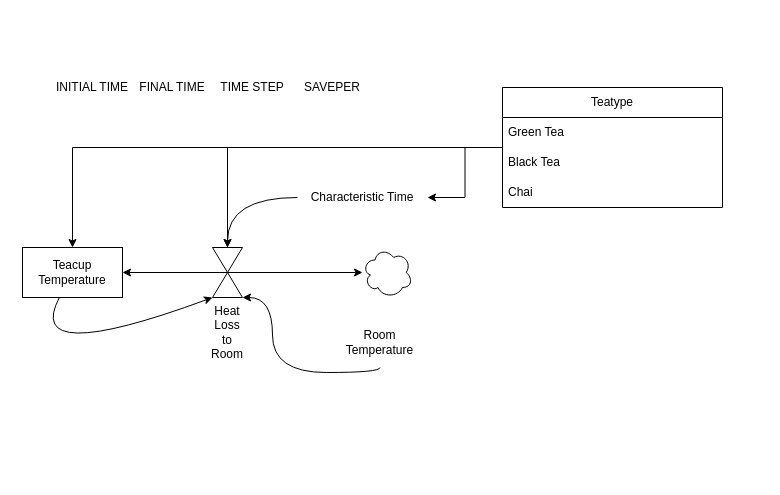
Earlier version of the draw.io diagram examples/teacup.drawio (ScienceGamez/drawio_pysd). Source tidied: cells renumbered, new cells numbered last; positions are measured from the earlier drawing's top-left corner, leaving out a move shared by most shapes. Both pictures are drawn from the tidied source at 100%, with x=0, y=0 at pixel (22, 77).
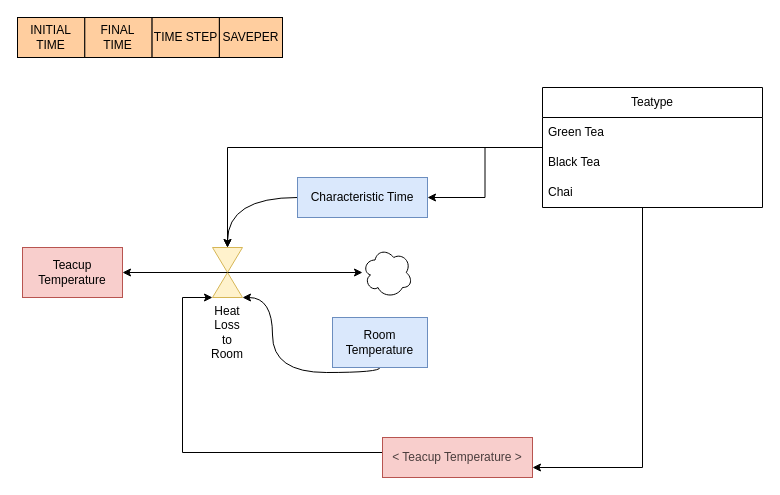
After the change.

The edit, as a diff of the source:
```diff
@@
     <object id="2" label="%Name%" Name="Teacup Temperature" placeholders="1">
-      <mxCell style="rounded=0;whiteSpace=wrap;html=1;" parent="1" vertex="1">
+      <mxCell style="rounded=0;whiteSpace=wrap;html=1;fillColor=#f8cecc;strokeColor=#b85450;" parent="1" vertex="1">
         <mxGeometry y="170" width="100" height="50" as="geometry" />
       </mxCell>
     </object>
@@
     <object id="4" label="%Name%" Name="Heat Loss to Room" placeholders="1">
-      <mxCell style="shape=collate;whiteSpace=wrap;html=1;points=[[0,0,0,0,0],[0,0.5,0,0,0],[0,1,0,0,0],[0.5,0,0,0,0],[0.5,0.5,0,0,0],[0.5,1,0,0,0],[1,0,0,0,0],[1,0.5,0,0,0],[1,1,0,0,0]];labelPosition=center;verticalLabelPosition=bottom;align=center;verticalAlign=top;" parent="1" vertex="1">
+      <mxCell style="shape=collate;whiteSpace=wrap;html=1;points=[[0,0,0,0,0],[0,0.5,0,0,0],[0,1,0,0,0],[0.5,0,0,0,0],[0.5,0.5,0,0,0],[0.5,1,0,0,0],[1,0,0,0,0],[1,0.5,0,0,0],[1,1,0,0,0]];labelPosition=center;verticalLabelPosition=bottom;align=center;verticalAlign=top;fillColor=#fff2cc;strokeColor=#d6b656;" parent="1" vertex="1">
         <mxGeometry x="190" y="170" width="30" height="50" as="geometry" />
       </mxCell>
     </object>
@@
-    <mxCell id="7" style="curved=1;endArrow=classic;html=1;rounded=0;entryX=0;entryY=1;entryDx=0;entryDy=0;entryPerimeter=0;" parent="1" edge="1" source="2" target="4">
-      <mxGeometry relative="1" as="geometry">
-        <Array as="points">
-          <mxPoint y="290" />
-        </Array>
-      </mxGeometry>
-    </mxCell>
@@
     <object id="9" label="%Name%" Name="Characteristic Time" placeholders="1">
-      <mxCell style="text;html=1;strokeColor=none;fillColor=none;align=center;verticalAlign=middle;whiteSpace=wrap;overflow=hidden;" parent="1" vertex="1">
+      <mxCell style="text;html=1;strokeColor=#6c8ebf;fillColor=#dae8fc;align=center;verticalAlign=middle;whiteSpace=wrap;overflow=hidden;" parent="1" vertex="1">
         <mxGeometry x="275" y="100" width="130" height="40" as="geometry" />
       </mxCell>
     </object>
@@
     <object id="11" label="%Name%" Name="Room Temperature" placeholders="1">
-      <mxCell style="text;html=1;strokeColor=none;fillColor=none;align=center;verticalAlign=middle;whiteSpace=wrap;overflow=hidden;" parent="1" vertex="1">
+      <mxCell style="text;html=1;strokeColor=#6c8ebf;fillColor=#dae8fc;align=center;verticalAlign=middle;whiteSpace=wrap;overflow=hidden;" parent="1" vertex="1">
         <mxGeometry x="310" y="240" width="95" height="50" as="geometry" />
       </mxCell>
     </object>
+    <mxCell id="17" style="edgeStyle=orthogonalEdgeStyle;rounded=0;jettySize=auto;html=1;" parent="1" edge="1" source="19" target="9">
+      <mxGeometry relative="1" as="geometry" />
+    </mxCell>
+    <mxCell id="18" style="edgeStyle=orthogonalEdgeStyle;rounded=0;jettySize=auto;html=1;" parent="1" edge="1" source="19" target="4">
+      <mxGeometry relative="1" as="geometry" />
+    </mxCell>
+    <mxCell id="23" style="edgeStyle=orthogonalEdgeStyle;rounded=0;jettySize=auto;html=1;" parent="1" edge="1" source="19" target="25">
+      <mxGeometry relative="1" as="geometry">
+        <Array as="points">
+          <mxPoint x="620" y="390" />
+        </Array>
+      </mxGeometry>
+    </mxCell>
+    <object id="19" label="%Name%" Name="Teatype" placeholders="1">
+      <mxCell style="swimlane;fontStyle=0;horizontal=1;startSize=30;whiteSpace=wrap;html=1;" parent="1" vertex="1">
+        <mxGeometry x="520" y="10" width="220" height="120" as="geometry" />
+      </mxCell>
+    </object>
+    <mxCell id="20" value="Green Tea" style="text;strokeColor=none;fillColor=none;align=left;verticalAlign=middle;spacingLeft=4;spacingRight=4;overflow=hidden;whiteSpace=wrap;html=1;" parent="19" vertex="1">
+      <mxGeometry y="30" width="220" height="30" as="geometry" />
+    </mxCell>
+    <mxCell id="21" value="Black Tea" style="text;strokeColor=none;fillColor=none;align=left;verticalAlign=middle;spacingLeft=4;spacingRight=4;overflow=hidden;whiteSpace=wrap;html=1;" parent="19" vertex="1">
+      <mxGeometry y="60" width="220" height="30" as="geometry" />
+    </mxCell>
+    <mxCell id="22" value="Chai" style="text;strokeColor=none;fillColor=none;align=left;verticalAlign=middle;spacingLeft=4;spacingRight=4;overflow=hidden;whiteSpace=wrap;html=1;" parent="19" vertex="1">
+      <mxGeometry y="90" width="220" height="30" as="geometry" />
+    </mxCell>
+    <mxCell id="24" style="edgeStyle=orthogonalEdgeStyle;rounded=0;jettySize=auto;html=1;entryX=0;entryY=1;entryDx=0;entryDy=0;entryPerimeter=0;" parent="1" edge="1" source="25" target="4">
+      <mxGeometry relative="1" as="geometry">
+        <Array as="points">
+          <mxPoint x="160" y="375" />
+          <mxPoint x="160" y="220" />
+        </Array>
+      </mxGeometry>
+    </mxCell>
+    <object id="25" label="&lt; %Name% &gt;" Name="Teacup Temperature" placeholders="1">
+      <mxCell style="text;html=1;strokeColor=#b85450;fillColor=#f8cecc;align=center;verticalAlign=middle;whiteSpace=wrap;overflow=hidden;textOpacity=70;" parent="1" vertex="1">
+        <mxGeometry x="360" y="360" width="150" height="40" as="geometry" />
+      </mxCell>
+    </object>
+    <mxCell id="26" style="group;" parent="1" vertex="1">
+      <mxGeometry x="-5" y="-60" width="265" height="40" as="geometry" />
+    </mxCell>
     <object id="12" label="%Name%" Name="INITIAL TIME" placeholders="1">
-      <mxCell style="text;html=1;strokeColor=none;fillColor=none;align=center;verticalAlign=middle;whiteSpace=wrap;overflow=hidden;" parent="1" vertex="1">
-        <mxGeometry x="30" width="80" height="20" as="geometry" />
+      <mxCell style="text;html=1;strokeColor=default;fillColor=#FFCE9F;align=center;verticalAlign=middle;whiteSpace=wrap;overflow=hidden;shadow=0;glass=0;rounded=0;" parent="26" vertex="1">
+        <mxGeometry width="67.3" height="40" as="geometry" />
       </mxCell>
     </object>
     <object id="13" label="%Name%" Name="FINAL TIME" placeholders="1">
-      <mxCell style="text;html=1;strokeColor=none;fillColor=none;align=center;verticalAlign=middle;whiteSpace=wrap;overflow=hidden;" parent="1" vertex="1">
-        <mxGeometry x="110" width="80" height="20" as="geometry" />
+      <mxCell style="text;html=1;strokeColor=default;fillColor=#FFCE9F;align=center;verticalAlign=middle;whiteSpace=wrap;overflow=hidden;shadow=0;glass=0;rounded=0;" parent="26" vertex="1">
+        <mxGeometry x="67.3" width="67.3" height="40" as="geometry" />
       </mxCell>
     </object>
     <object id="14" label="%Name%" Name="TIME STEP" placeholders="1">
-      <mxCell style="text;html=1;strokeColor=none;fillColor=none;align=center;verticalAlign=middle;whiteSpace=wrap;overflow=hidden;" parent="1" vertex="1">
-        <mxGeometry x="190" width="80" height="20" as="geometry" />
+      <mxCell style="text;html=1;strokeColor=default;fillColor=#FFCE9F;align=center;verticalAlign=middle;whiteSpace=wrap;overflow=hidden;shadow=0;glass=0;rounded=0;" parent="26" vertex="1">
+        <mxGeometry x="134.6" width="67.3" height="40" as="geometry" />
       </mxCell>
     </object>
     <object id="15" label="%Name%" Name="SAVEPER" placeholders="1">
-      <mxCell style="text;html=1;strokeColor=none;fillColor=none;align=center;verticalAlign=middle;whiteSpace=wrap;overflow=hidden;" parent="1" vertex="1">
-        <mxGeometry x="270" width="80" height="20" as="geometry" />
+      <mxCell style="text;html=1;strokeColor=default;fillColor=#FFCE9F;align=center;verticalAlign=middle;whiteSpace=wrap;overflow=hidden;shadow=0;glass=0;rounded=0;" parent="26" vertex="1">
+        <mxGeometry x="201.9" width="63.1" height="40" as="geometry" />
       </mxCell>
     </object>
-    <mxCell id="16" style="edgeStyle=orthogonalEdgeStyle;rounded=0;jettySize=auto;html=1;" parent="1" edge="1" source="19" target="2">
-      <mxGeometry relative="1" as="geometry" />
-    </mxCell>
-    <mxCell id="17" style="edgeStyle=orthogonalEdgeStyle;rounded=0;jettySize=auto;html=1;" parent="1" edge="1" source="19" target="9">
-      <mxGeometry relative="1" as="geometry" />
-    </mxCell>
-    <mxCell id="18" style="edgeStyle=orthogonalEdgeStyle;rounded=0;jettySize=auto;html=1;" parent="1" edge="1" source="19" target="4">
-      <mxGeometry relative="1" as="geometry" />
-    </mxCell>
-    <object id="19" label="%Name%" Name="Teatype" placeholders="1">
-      <mxCell style="swimlane;fontStyle=0;horizontal=1;startSize=30;whiteSpace=wrap;html=1;" parent="1" vertex="1">
-        <mxGeometry x="480" y="10" width="220" height="120" as="geometry" />
-      </mxCell>
-    </object>
-    <mxCell id="20" value="Green Tea" style="text;strokeColor=none;fillColor=none;align=left;verticalAlign=middle;spacingLeft=4;spacingRight=4;overflow=hidden;whiteSpace=wrap;html=1;" parent="19" vertex="1">
-      <mxGeometry y="30" width="220" height="30" as="geometry" />
-    </mxCell>
-    <mxCell id="21" value="Black Tea" style="text;strokeColor=none;fillColor=none;align=left;verticalAlign=middle;spacingLeft=4;spacingRight=4;overflow=hidden;whiteSpace=wrap;html=1;" parent="19" vertex="1">
-      <mxGeometry y="60" width="220" height="30" as="geometry" />
-    </mxCell>
-    <mxCell id="22" value="Chai" style="text;strokeColor=none;fillColor=none;align=left;verticalAlign=middle;spacingLeft=4;spacingRight=4;overflow=hidden;whiteSpace=wrap;html=1;" parent="19" vertex="1">
-      <mxGeometry y="90" width="220" height="30" as="geometry" />
-    </mxCell>
```
